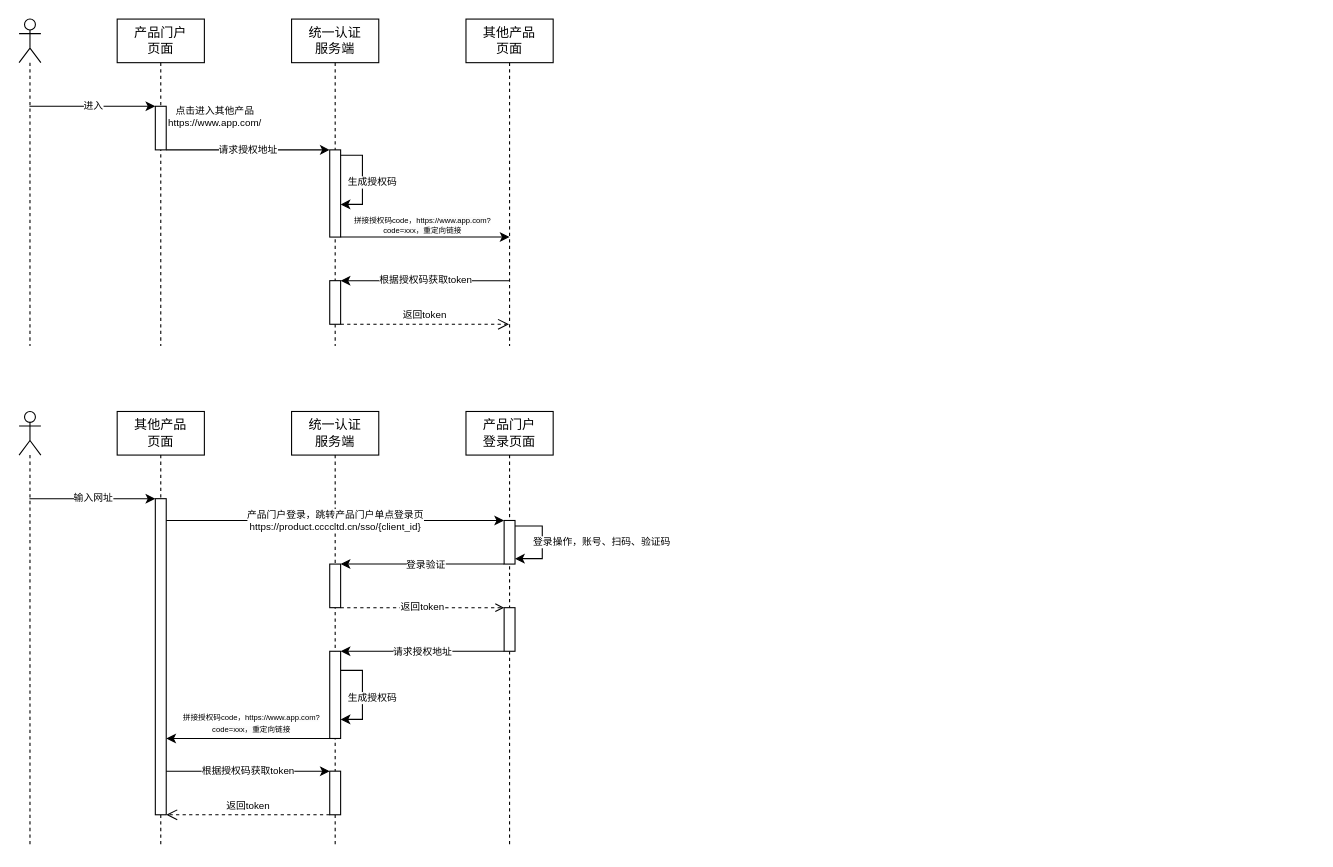
Qunz/drawio keeps this draw.io diagram as page "登录交互" (5 of 5) of others/产品中心.drawio. Above is the earlier version. Source tidied: cells renumbered, new cells numbered last; positions are measured from the earlier drawing's top-left corner, leaving out a move shared by most shapes. Both pictures are drawn from the tidied source at 109%, with x=0, y=0 at pixel (19, 19).
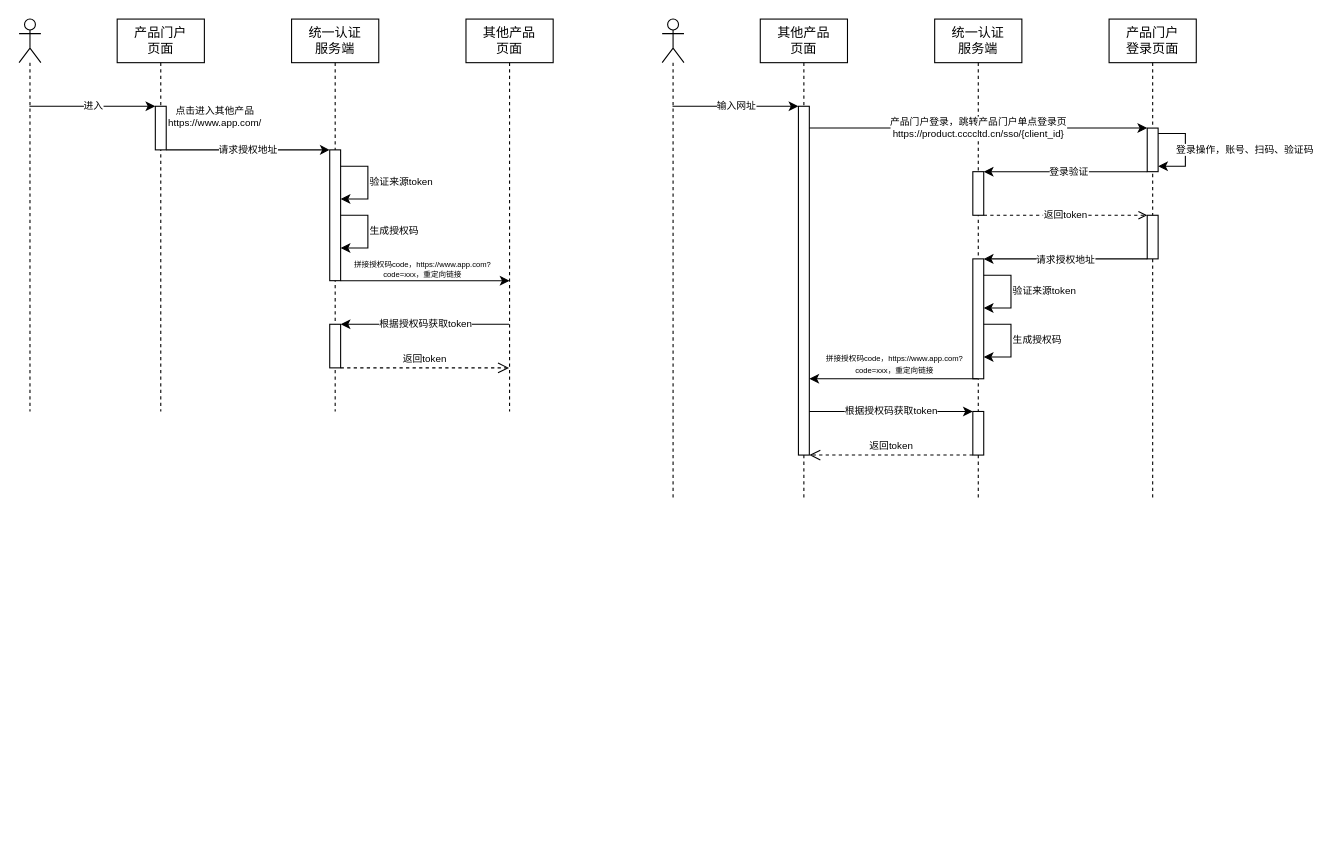
After the change.

Commit message:
更新产品中心.drawio

The change refers to these unchanged cells:
```xml
<mxCell id="21" style="html=1;points=[[0,0,0,0,5],[0,1,0,0,-5],[1,0,0,0,5],[1,1,0,0,-5]];perimeter=orthogonalPerimeter;outlineConnect=0;targetShapes=umlLifeline;portConstraint=eastwest;newEdgeStyle={&quot;curved&quot;:0,&quot;rounded&quot;:0};" parent="20" vertex="1">
  <mxGeometry x="35" y="140" width="10" height="40" as="geometry" />
</mxCell>
<mxCell id="28" style="html=1;points=[[0,0,0,0,5],[0,1,0,0,-5],[1,0,0,0,5],[1,1,0,0,-5]];perimeter=orthogonalPerimeter;outlineConnect=0;targetShapes=umlLifeline;portConstraint=eastwest;newEdgeStyle={&quot;curved&quot;:0,&quot;rounded&quot;:0};" parent="27" vertex="1">
  <mxGeometry x="35" y="100" width="10" height="40" as="geometry" />
</mxCell>
<mxCell id="30" style="html=1;points=[[0,0,0,0,5],[0,1,0,0,-5],[1,0,0,0,5],[1,1,0,0,-5]];perimeter=orthogonalPerimeter;outlineConnect=0;targetShapes=umlLifeline;portConstraint=eastwest;newEdgeStyle={&quot;curved&quot;:0,&quot;rounded&quot;:0};" parent="27" vertex="1">
  <mxGeometry x="35" y="180" width="10" height="40" as="geometry" />
</mxCell>
```

Change to the diagram source:
```diff
@@
     <mxCell id="3" style="shape=umlLifeline;perimeter=lifelinePerimeter;whiteSpace=wrap;html=1;outlineConnect=0;portConstraint=eastwest;newEdgeStyle={&quot;curved&quot;:0,&quot;rounded&quot;:0};participant=umlActor;" parent="1" vertex="1">
-      <mxGeometry width="20" height="300" as="geometry" />
+      <mxGeometry width="20" height="360" as="geometry" />
     </mxCell>
     <mxCell id="4" value="产品门户&lt;div&gt;页面&lt;/div&gt;" style="shape=umlLifeline;perimeter=lifelinePerimeter;whiteSpace=wrap;html=1;newEdgeStyle={&quot;curved&quot;:0,&quot;rounded&quot;:0};" parent="1" vertex="1">
-      <mxGeometry x="90" width="80" height="300" as="geometry" />
+      <mxGeometry x="90" width="80" height="360" as="geometry" />
     </mxCell>
@@
     <mxCell id="6" value="统一认证&lt;div&gt;服务端&lt;/div&gt;" style="shape=umlLifeline;perimeter=lifelinePerimeter;whiteSpace=wrap;html=1;newEdgeStyle={&quot;curved&quot;:0,&quot;rounded&quot;:0};" parent="1" vertex="1">
-      <mxGeometry x="250" width="80" height="300" as="geometry" />
+      <mxGeometry x="250" width="80" height="360" as="geometry" />
     </mxCell>
     <mxCell id="7" style="html=1;points=[[0,0,0,0,5],[0,1,0,0,-5],[1,0,0,0,5],[1,1,0,0,-5]];perimeter=orthogonalPerimeter;outlineConnect=0;targetShapes=umlLifeline;portConstraint=eastwest;newEdgeStyle={&quot;curved&quot;:0,&quot;rounded&quot;:0};" parent="6" vertex="1">
-      <mxGeometry x="35" y="120" width="10" height="80" as="geometry" />
+      <mxGeometry x="35" y="120" width="10" height="120" as="geometry" />
     </mxCell>
-    <mxCell id="8" value="&lt;span style=&quot;color: rgb(0, 0, 0); font-family: Helvetica; font-style: normal; font-variant-ligatures: normal; font-variant-caps: normal; font-weight: 400; letter-spacing: normal; orphans: 2; text-align: center; text-indent: 0px; text-transform: none; widows: 2; word-spacing: 0px; -webkit-text-stroke-width: 0px; white-space: nowrap; background-color: rgb(255, 255, 255); text-decoration-thickness: initial; text-decoration-style: initial; text-decoration-color: initial; float: none; display: inline !important;&quot;&gt;生成授权码&lt;/span&gt;" style="edgeStyle=orthogonalEdgeStyle;rounded=0;orthogonalLoop=1;jettySize=auto;html=1;curved=0;fontSize=9;labelPosition=right;verticalLabelPosition=middle;align=left;verticalAlign=middle;exitX=1;exitY=0;exitDx=0;exitDy=5;exitPerimeter=0;" parent="6" edge="1" source="7" target="7">
-      <mxGeometry x="0.06" y="-15" relative="1" as="geometry">
-        <Array as="points">
-          <mxPoint x="65" y="125" />
-          <mxPoint x="65" y="170" />
-        </Array>
-      </mxGeometry>
-    </mxCell>
     <mxCell id="9" style="html=1;points=[[0,0,0,0,5],[0,1,0,0,-5],[1,0,0,0,5],[1,1,0,0,-5]];perimeter=orthogonalPerimeter;outlineConnect=0;targetShapes=umlLifeline;portConstraint=eastwest;newEdgeStyle={&quot;curved&quot;:0,&quot;rounded&quot;:0};" parent="6" vertex="1">
-      <mxGeometry x="35" y="240" width="10" height="40" as="geometry" />
+      <mxGeometry x="35" y="280" width="10" height="40" as="geometry" />
     </mxCell>
+    <mxCell id="37" value="&lt;div style=&quot;text-align: center;&quot;&gt;&lt;span style=&quot;background-color: light-dark(#ffffff, var(--ge-dark-color, #121212)); color: light-dark(rgb(0, 0, 0), rgb(255, 255, 255));&quot;&gt;验证来源token&lt;/span&gt;&lt;/div&gt;" style="edgeStyle=orthogonalEdgeStyle;rounded=0;orthogonalLoop=1;jettySize=auto;html=1;curved=0;fontSize=9;labelPosition=right;verticalLabelPosition=middle;align=left;verticalAlign=middle;" parent="6" edge="1" source="7" target="7">
+      <mxGeometry relative="1" as="geometry">
+        <Array as="points">
+          <mxPoint x="70" y="135" />
+          <mxPoint x="70" y="165" />
+        </Array>
+      </mxGeometry>
+    </mxCell>
+    <mxCell id="38" value="&lt;div style=&quot;text-align: center;&quot;&gt;生成授权码&lt;/div&gt;" style="edgeStyle=orthogonalEdgeStyle;rounded=0;orthogonalLoop=1;jettySize=auto;html=1;curved=0;fontSize=9;labelPosition=right;verticalLabelPosition=middle;align=left;verticalAlign=middle;" parent="6" edge="1" source="7" target="7">
+      <mxGeometry relative="1" as="geometry">
+        <Array as="points">
+          <mxPoint x="70" y="180" />
+          <mxPoint x="70" y="210" />
+        </Array>
+      </mxGeometry>
+    </mxCell>
     <mxCell id="10" value="其他产品&lt;br&gt;页面" style="shape=umlLifeline;perimeter=lifelinePerimeter;whiteSpace=wrap;html=1;newEdgeStyle={&quot;curved&quot;:0,&quot;rounded&quot;:0};" parent="1" vertex="1">
-      <mxGeometry x="410" width="80" height="300" as="geometry" />
+      <mxGeometry x="410" width="80" height="360" as="geometry" />
     </mxCell>
@@
     <mxCell id="13" value="拼接授权码code，&lt;span style=&quot;background-color: light-dark(rgb(251, 251, 251), rgb(21, 21, 21)); text-wrap-mode: wrap; color: light-dark(rgb(0, 0, 0), rgb(255, 255, 255));&quot;&gt;https://www.app.com?code=xxx，重定向&lt;/span&gt;&lt;span style=&quot;background-color: light-dark(rgb(251, 251, 251), rgb(21, 21, 21)); text-wrap-mode: wrap; color: light-dark(rgb(0, 0, 0), rgb(255, 255, 255));&quot;&gt;链接&lt;/span&gt;" style="html=1;verticalAlign=middle;endArrow=classic;rounded=0;fontSize=7;elbow=vertical;endFill=1;" parent="1" edge="1">
       <mxGeometry x="-0.03" y="10" relative="1" as="geometry">
-        <mxPoint x="295" y="200" as="sourcePoint" />
-        <mxPoint x="450" y="200" as="targetPoint" />
+        <mxPoint x="295" y="240" as="sourcePoint" />
+        <mxPoint x="450" y="240" as="targetPoint" />
       </mxGeometry>
     </mxCell>
     <mxCell id="14" value="根据授权码获取token" style="rounded=0;jettySize=auto;html=1;fontSize=9;" parent="1" edge="1" target="9">
       <mxGeometry relative="1" as="geometry">
-        <mxPoint x="449.5" y="240" as="sourcePoint" />
+        <mxPoint x="449.5" y="280" as="sourcePoint" />
       </mxGeometry>
     </mxCell>
     <mxCell id="15" value="返回token" style="html=1;verticalAlign=bottom;endArrow=open;dashed=1;endSize=8;rounded=0;fontSize=9;" parent="1" edge="1" source="9">
       <mxGeometry relative="1" as="geometry">
-        <mxPoint x="449.5" y="280" as="targetPoint" />
+        <mxPoint x="449.5" y="320" as="targetPoint" />
       </mxGeometry>
     </mxCell>
-    <mxCell id="16" value="输入网址" style="edgeStyle=orthogonalEdgeStyle;rounded=0;jettySize=auto;html=1;curved=0;fontSize=9;" parent="1" edge="1" source="17" target="19">
+    <mxCell id="16" value="输入网址" style="edgeStyle=orthogonalEdgeStyle;rounded=0;jettySize=auto;html=1;curved=0;fontSize=9;" parent="1" edge="1" source="39" target="40">
       <mxGeometry relative="1" as="geometry">
         <Array as="points">
-          <mxPoint x="100" y="440" />
-          <mxPoint x="100" y="440" />
+          <mxPoint x="690" y="80" />
+          <mxPoint x="690" y="80" />
         </Array>
       </mxGeometry>
     </mxCell>
-    <mxCell id="17" style="shape=umlLifeline;perimeter=lifelinePerimeter;whiteSpace=wrap;html=1;outlineConnect=0;portConstraint=eastwest;newEdgeStyle={&quot;curved&quot;:0,&quot;rounded&quot;:0};participant=umlActor;" parent="1" vertex="1">
-      <mxGeometry y="360" width="20" height="400" as="geometry" />
-    </mxCell>
+    <mxCell id="39" style="shape=umlLifeline;perimeter=lifelinePerimeter;whiteSpace=wrap;html=1;outlineConnect=0;portConstraint=eastwest;newEdgeStyle={&quot;curved&quot;:0,&quot;rounded&quot;:0};participant=umlActor;" parent="1" vertex="1">
+      <mxGeometry x="590" width="20" height="440" as="geometry" />
+    </mxCell>
     <mxCell id="18" value="其他产品&lt;br&gt;&lt;div&gt;页面&lt;/div&gt;" style="shape=umlLifeline;perimeter=lifelinePerimeter;whiteSpace=wrap;html=1;newEdgeStyle={&quot;curved&quot;:0,&quot;rounded&quot;:0};" parent="1" vertex="1">
-      <mxGeometry x="90" y="360" width="80" height="400" as="geometry" />
+      <mxGeometry x="680" width="80" height="440" as="geometry" />
     </mxCell>
-    <mxCell id="19" style="html=1;points=[[0,0,0,0,5],[0,1,0,0,-5],[1,0,0,0,5],[1,1,0,0,-5]];perimeter=orthogonalPerimeter;outlineConnect=0;targetShapes=umlLifeline;portConstraint=eastwest;newEdgeStyle={&quot;curved&quot;:0,&quot;rounded&quot;:0};" parent="18" vertex="1">
-      <mxGeometry x="35" y="80" width="10" height="290" as="geometry" />
-    </mxCell>
+    <mxCell id="40" style="html=1;points=[[0,0,0,0,5],[0,1,0,0,-5],[1,0,0,0,5],[1,1,0,0,-5]];perimeter=orthogonalPerimeter;outlineConnect=0;targetShapes=umlLifeline;portConstraint=eastwest;newEdgeStyle={&quot;curved&quot;:0,&quot;rounded&quot;:0};" parent="18" vertex="1">
+      <mxGeometry x="35" y="80" width="10" height="320" as="geometry" />
+    </mxCell>
     <mxCell id="20" value="统一认证&lt;div&gt;服务端&lt;/div&gt;" style="shape=umlLifeline;perimeter=lifelinePerimeter;whiteSpace=wrap;html=1;newEdgeStyle={&quot;curved&quot;:0,&quot;rounded&quot;:0};" parent="1" vertex="1">
-      <mxGeometry x="250" y="360" width="80" height="400" as="geometry" />
+      <mxGeometry x="840" width="80" height="440" as="geometry" />
     </mxCell>
@@
-    <mxCell id="22" style="html=1;perimeter=orthogonalPerimeter;targetShapes=umlLifeline;newEdgeStyle={&quot;curved&quot;:0,&quot;rounded&quot;:0};" parent="20" vertex="1">
-      <mxGeometry x="35" y="220" width="10" height="80" as="geometry" />
-    </mxCell>
-    <mxCell id="23" value="&lt;span style=&quot;color: rgb(0, 0, 0); font-family: Helvetica; font-style: normal; font-variant-ligatures: normal; font-variant-caps: normal; font-weight: 400; letter-spacing: normal; orphans: 2; text-align: center; text-indent: 0px; text-transform: none; widows: 2; word-spacing: 0px; -webkit-text-stroke-width: 0px; white-space: nowrap; background-color: rgb(255, 255, 255); text-decoration-thickness: initial; text-decoration-style: initial; text-decoration-color: initial; float: none; display: inline !important;&quot;&gt;生成授权码&lt;/span&gt;" style="edgeStyle=orthogonalEdgeStyle;rounded=0;orthogonalLoop=1;jettySize=auto;html=1;curved=0;fontSize=9;labelPosition=right;verticalLabelPosition=middle;align=left;verticalAlign=middle;exitX=1;exitY=0;exitDx=0;exitDy=5;exitPerimeter=0;" parent="20" edge="1">
-      <mxGeometry x="0.06" y="-15" relative="1" as="geometry">
-        <mxPoint x="45" y="237.5" as="sourcePoint" />
-        <mxPoint x="45" y="282.5" as="targetPoint" />
-        <Array as="points">
-          <mxPoint x="65" y="237.5" />
-          <mxPoint x="65" y="282.5" />
-        </Array>
-      </mxGeometry>
-    </mxCell>
-    <mxCell id="24" style="html=1;points=[[0,0,0,0,5],[0,1,0,0,-5],[1,0,0,0,5],[1,1,0,0,-5]];perimeter=orthogonalPerimeter;outlineConnect=0;targetShapes=umlLifeline;portConstraint=eastwest;newEdgeStyle={&quot;curved&quot;:0,&quot;rounded&quot;:0};" parent="20" vertex="1">
-      <mxGeometry x="35" y="330" width="10" height="40" as="geometry" />
-    </mxCell>
+    <mxCell id="41" style="html=1;points=[[0,0,0,0,5],[0,1,0,0,-5],[1,0,0,0,5],[1,1,0,0,-5]];perimeter=orthogonalPerimeter;outlineConnect=0;targetShapes=umlLifeline;portConstraint=eastwest;newEdgeStyle={&quot;curved&quot;:0,&quot;rounded&quot;:0};" parent="20" vertex="1">
+      <mxGeometry x="35" y="360" width="10" height="40" as="geometry" />
+    </mxCell>
+    <mxCell id="42" style="html=1;points=[[0,0,0,0,5],[0,1,0,0,-5],[1,0,0,0,5],[1,1,0,0,-5]];perimeter=orthogonalPerimeter;outlineConnect=0;targetShapes=umlLifeline;portConstraint=eastwest;newEdgeStyle={&quot;curved&quot;:0,&quot;rounded&quot;:0};" parent="20" vertex="1">
+      <mxGeometry x="35" y="220" width="10" height="110" as="geometry" />
+    </mxCell>
+    <mxCell id="43" value="&lt;div style=&quot;text-align: center;&quot;&gt;&lt;span style=&quot;background-color: light-dark(#ffffff, var(--ge-dark-color, #121212)); color: light-dark(rgb(0, 0, 0), rgb(255, 255, 255));&quot;&gt;验证来源token&lt;/span&gt;&lt;/div&gt;" style="edgeStyle=orthogonalEdgeStyle;rounded=0;orthogonalLoop=1;jettySize=auto;html=1;curved=0;fontSize=9;labelPosition=right;verticalLabelPosition=middle;align=left;verticalAlign=middle;" parent="20" edge="1" source="42" target="42">
+      <mxGeometry relative="1" as="geometry">
+        <Array as="points">
+          <mxPoint x="70" y="235" />
+          <mxPoint x="70" y="265" />
+        </Array>
+      </mxGeometry>
+    </mxCell>
+    <mxCell id="44" value="&lt;div style=&quot;text-align: center;&quot;&gt;生成授权码&lt;/div&gt;" style="edgeStyle=orthogonalEdgeStyle;rounded=0;orthogonalLoop=1;jettySize=auto;html=1;curved=0;fontSize=9;labelPosition=right;verticalLabelPosition=middle;align=left;verticalAlign=middle;" parent="20" edge="1" source="42" target="42">
+      <mxGeometry relative="1" as="geometry">
+        <Array as="points">
+          <mxPoint x="70" y="280" />
+          <mxPoint x="70" y="310" />
+        </Array>
+      </mxGeometry>
+    </mxCell>
     <mxCell id="25" value="返回token" style="edgeStyle=orthogonalEdgeStyle;rounded=0;jettySize=auto;html=1;curved=0;fontSize=9;dashed=1;endArrow=open;endFill=0;" parent="1" edge="1" source="21" target="30">
       <mxGeometry relative="1" as="geometry">
         <Array as="points">
-          <mxPoint x="410" y="540" />
-          <mxPoint x="410" y="540" />
+          <mxPoint x="1000" y="180" />
+          <mxPoint x="1000" y="180" />
         </Array>
       </mxGeometry>
     </mxCell>
     <mxCell id="26" value="&lt;span style=&quot;font-size: 7px;&quot;&gt;拼接授权码code，&lt;/span&gt;&lt;span style=&quot;color: light-dark(rgb(0, 0, 0), rgb(255, 255, 255)); font-size: 7px; text-wrap-mode: wrap; background-color: light-dark(rgb(251, 251, 251), rgb(21, 21, 21));&quot;&gt;https://www.app.com?code=xxx，重定向&lt;/span&gt;&lt;span style=&quot;color: light-dark(rgb(0, 0, 0), rgb(255, 255, 255)); font-size: 7px; text-wrap-mode: wrap; background-color: light-dark(rgb(251, 251, 251), rgb(21, 21, 21));&quot;&gt;链接&lt;/span&gt;" style="html=1;verticalAlign=bottom;endArrow=classic;endSize=6;rounded=0;fontSize=9;endFill=1;" parent="1" edge="1">
       <mxGeometry relative="1" as="geometry">
-        <mxPoint x="289.5" y="660" as="sourcePoint" />
-        <mxPoint x="135" y="660" as="targetPoint" />
+        <mxPoint x="879.5" y="330" as="sourcePoint" />
+        <mxPoint x="725" y="330" as="targetPoint" />
       </mxGeometry>
     </mxCell>
     <mxCell id="27" value="产品门户&lt;br&gt;登录页面" style="shape=umlLifeline;perimeter=lifelinePerimeter;whiteSpace=wrap;html=1;newEdgeStyle={&quot;curved&quot;:0,&quot;rounded&quot;:0};" parent="1" vertex="1">
-      <mxGeometry x="410" y="360" width="80" height="400" as="geometry" />
+      <mxGeometry x="1000" width="80" height="440" as="geometry" />
     </mxCell>
@@
     <mxCell id="31" value="产品门户登录，跳转产品门户单点登录页&lt;div&gt;https://product.ccccltd.cn/sso/{client_id}&lt;/div&gt;" style="edgeStyle=orthogonalEdgeStyle;rounded=0;jettySize=auto;html=1;curved=0;fontSize=9;" parent="1" edge="1" target="28">
       <mxGeometry relative="1" as="geometry">
-        <mxPoint x="135" y="460" as="sourcePoint" />
+        <mxPoint x="725" y="100" as="sourcePoint" />
         <Array as="points">
-          <mxPoint x="370" y="460" />
-          <mxPoint x="370" y="460" />
+          <mxPoint x="960" y="100" />
+          <mxPoint x="960" y="100" />
         </Array>
       </mxGeometry>
     </mxCell>
     <mxCell id="32" style="edgeStyle=orthogonalEdgeStyle;rounded=0;jettySize=auto;html=1;curved=0;" parent="1" edge="1" source="28" target="21">
       <mxGeometry relative="1" as="geometry">
         <Array as="points">
-          <mxPoint x="410" y="500" />
-          <mxPoint x="410" y="500" />
+          <mxPoint x="1000" y="140" />
+          <mxPoint x="1000" y="140" />
         </Array>
       </mxGeometry>
     </mxCell>
@@
     <mxCell id="34" value="&lt;span style=&quot;font-size: 9px;&quot;&gt;请求授权地址&lt;/span&gt;" style="edgeStyle=orthogonalEdgeStyle;rounded=0;jettySize=auto;html=1;curved=0;" parent="1" edge="1" source="30">
       <mxGeometry relative="1" as="geometry">
-        <mxPoint x="295" y="580" as="targetPoint" />
+        <mxPoint x="885" y="220" as="targetPoint" />
         <Array as="points">
-          <mxPoint x="410" y="580" />
-          <mxPoint x="410" y="580" />
+          <mxPoint x="1000" y="220" />
+          <mxPoint x="1000" y="220" />
         </Array>
       </mxGeometry>
     </mxCell>
-    <mxCell id="35" value="根据授权码获取token" style="rounded=0;jettySize=auto;html=1;fontSize=9;" parent="1" edge="1" source="19" target="24">
-      <mxGeometry relative="1" as="geometry" />
+    <mxCell id="35" value="根据授权码获取token" style="rounded=0;jettySize=auto;html=1;fontSize=9;" parent="1" edge="1" target="41">
+      <mxGeometry relative="1" as="geometry">
+        <mxPoint x="725" y="360" as="sourcePoint" />
+      </mxGeometry>
     </mxCell>
     <mxCell id="36" value="返回token" style="html=1;verticalAlign=bottom;endArrow=open;dashed=1;endSize=8;rounded=0;fontSize=9;" parent="1" edge="1">
       <mxGeometry relative="1" as="geometry">
-        <mxPoint x="285" y="730" as="sourcePoint" />
-        <mxPoint x="135" y="730" as="targetPoint" />
+        <mxPoint x="875" y="400" as="sourcePoint" />
+        <mxPoint x="725" y="400" as="targetPoint" />
       </mxGeometry>
     </mxCell>
```
